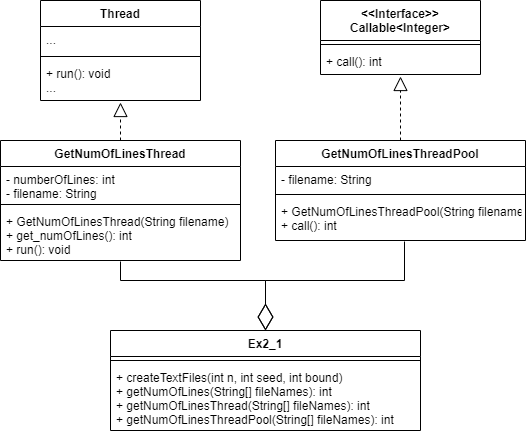
This is UML_part_A.png from Sari-Saif/OOP.Assignment2, a draw.io export, as it was before one commit. Source tidied: cells renumbered, new cells last; positions are measured from the earlier drawing's top-left corner, leaving out a move shared by most shapes.
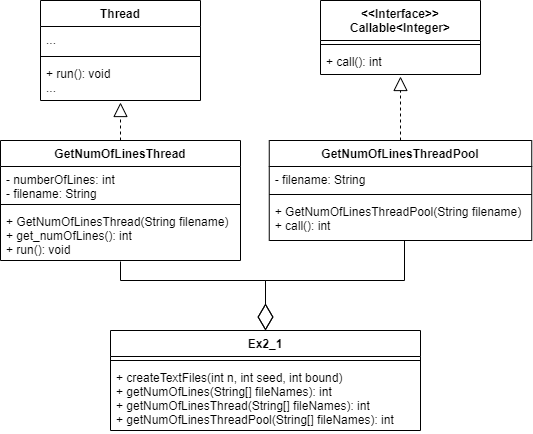
Above is the later version.

The edit, as a diff of the source:
```diff
@@ -39,16 +39,16 @@
       <mxGeometry y="48" width="160" height="26" as="geometry" />
     </mxCell>
     <mxCell id="14" value="GetNumOfLinesThreadPool" style="swimlane;fontStyle=1;align=center;verticalAlign=top;horizontal=1;startSize=26;" parent="1" vertex="1">
-      <mxGeometry x="275" y="140" width="250" height="100" as="geometry" />
+      <mxGeometry x="268.8" y="140" width="262.5" height="100" as="geometry" />
     </mxCell>
     <mxCell id="15" value="- filename: String" style="text;strokeColor=none;fillColor=none;align=left;verticalAlign=top;spacingLeft=4;spacingRight=4;overflow=hidden;" parent="14" vertex="1">
-      <mxGeometry y="26" width="250" height="24" as="geometry" />
+      <mxGeometry y="26" width="262.5" height="24" as="geometry" />
     </mxCell>
     <mxCell id="16" style="line;strokeWidth=1;fillColor=none;align=left;verticalAlign=middle;spacingTop=-1;spacingLeft=3;spacingRight=3;labelPosition=right;strokeColor=inherit;" parent="14" vertex="1">
-      <mxGeometry y="50" width="250" height="8" as="geometry" />
+      <mxGeometry y="50" width="262.5" height="8" as="geometry" />
     </mxCell>
     <mxCell id="17" value="+ GetNumOfLinesThreadPool(String filename)&#10;+ call(): int" style="text;strokeColor=none;fillColor=none;align=left;verticalAlign=top;spacingLeft=4;spacingRight=4;overflow=hidden;points=[[0,0.5],[1,0.5]];portConstraint=eastwest;" parent="14" vertex="1">
-      <mxGeometry y="58" width="250" height="42" as="geometry" />
+      <mxGeometry y="58" width="262.5" height="42" as="geometry" />
     </mxCell>
     <mxCell id="18" style="endArrow=block;dashed=1;endFill=0;endSize=12;html=1;rounded=0;entryX=0.5;entryY=1.077;entryDx=0;entryDy=0;entryPerimeter=0;" parent="1" edge="1" source="14" target="13">
       <mxGeometry relative="1" as="geometry" />
@@ -70,8 +70,9 @@
         </Array>
       </mxGeometry>
     </mxCell>
-    <mxCell id="23" style="endArrow=diamondThin;endFill=0;endSize=24;html=1;rounded=0;entryX=0.5;entryY=0;entryDx=0;entryDy=0;exitX=0.516;exitY=1.024;exitDx=0;exitDy=0;exitPerimeter=0;" parent="1" edge="1" source="17" target="19">
+    <mxCell id="23" style="endArrow=diamondThin;endFill=0;endSize=24;html=1;rounded=0;entryX=0.5;entryY=0;entryDx=0;entryDy=0;" parent="1" edge="1" target="19">
       <mxGeometry relative="1" as="geometry">
+        <mxPoint x="404" y="240" as="sourcePoint" />
         <Array as="points">
           <mxPoint x="404" y="280" />
           <mxPoint x="265" y="280" />
```
